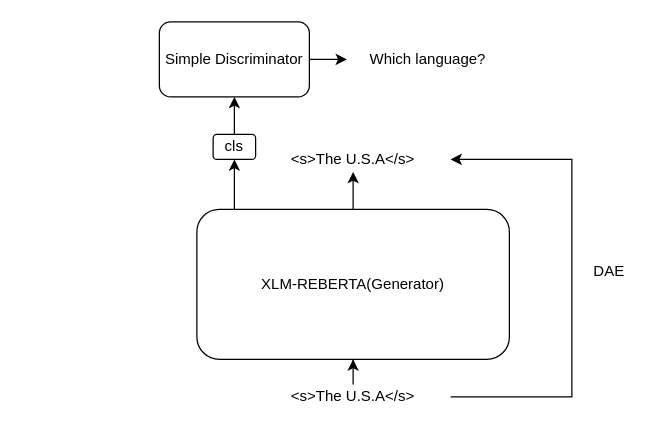
Before: GAN-CLMRC.drawio in fpcsong/diagram, a draw.io diagram. Source tidied: cells renumbered, new cells numbered last; positions are measured from the earlier drawing's top-left corner, leaving out a move shared by most shapes. Both pictures are drawn from the tidied source at 125%, with x=0, y=0 at pixel (159, 21).
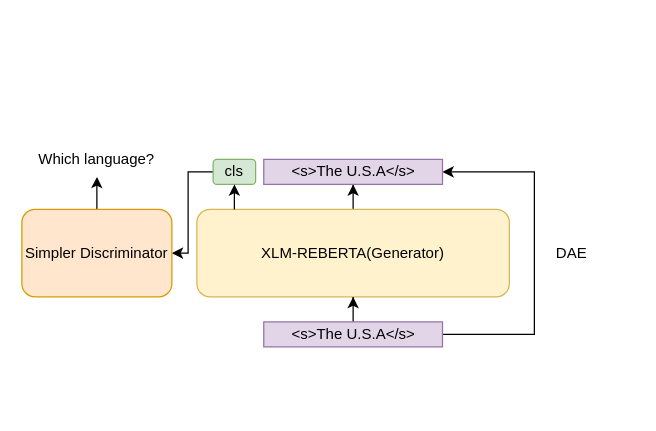
The same page after the edit.

What changed in the source:
```diff
@@
 <mxGraphModel>
   <root>
     <mxCell id="0" />
     <mxCell id="1" parent="0" />
     <mxCell id="2" style="edgeStyle=orthogonalEdgeStyle;rounded=0;jettySize=auto;html=1;" parent="1" edge="1" source="3" target="7">
       <mxGeometry relative="1" as="geometry" />
     </mxCell>
-    <mxCell id="3" value="XLM-REBERTA(Generator)" style="rounded=1;whiteSpace=wrap;html=1;" parent="1" vertex="1">
-      <mxGeometry x="30" y="150" width="250" height="120" as="geometry" />
+    <mxCell id="3" value="XLM-REBERTA(Generator)" style="rounded=1;whiteSpace=wrap;html=1;fillColor=#fff2cc;strokeColor=#d6b656;" parent="1" vertex="1">
+      <mxGeometry x="30" y="150" width="250" height="70" as="geometry" />
     </mxCell>
     <mxCell id="4" style="edgeStyle=orthogonalEdgeStyle;rounded=0;jettySize=auto;html=1;" parent="1" edge="1" source="6" target="3">
       <mxGeometry relative="1" as="geometry" />
     </mxCell>
     <mxCell id="5" style="edgeStyle=orthogonalEdgeStyle;rounded=0;jettySize=auto;html=1;entryX=1;entryY=0.5;entryDx=0;entryDy=0;" parent="1" edge="1" source="6" target="7">
       <mxGeometry relative="1" as="geometry">
         <Array as="points">
-          <mxPoint x="330" y="300" />
-          <mxPoint x="330" y="110" />
+          <mxPoint x="300" y="250" />
+          <mxPoint x="300" y="120" />
         </Array>
       </mxGeometry>
     </mxCell>
-    <mxCell id="6" value="&amp;lt;s&amp;gt;The U.S.A&amp;lt;/s&amp;gt;" style="text;html=1;strokeColor=none;fillColor=none;align=center;verticalAlign=middle;whiteSpace=wrap;rounded=0;" parent="1" vertex="1">
-      <mxGeometry x="77" y="290" width="156" height="20" as="geometry" />
+    <mxCell id="6" value="&amp;lt;s&amp;gt;The U.S.A&amp;lt;/s&amp;gt;" style="text;html=1;strokeColor=#9673a6;fillColor=#e1d5e7;align=center;verticalAlign=middle;whiteSpace=wrap;rounded=0;" parent="1" vertex="1">
+      <mxGeometry x="83.5" y="240" width="143" height="20" as="geometry" />
     </mxCell>
-    <mxCell id="7" value="&amp;lt;s&amp;gt;The U.S.A&amp;lt;/s&amp;gt;" style="text;html=1;strokeColor=none;fillColor=none;align=center;verticalAlign=middle;whiteSpace=wrap;rounded=0;" parent="1" vertex="1">
-      <mxGeometry x="77" y="100" width="156" height="20" as="geometry" />
+    <mxCell id="7" value="&amp;lt;s&amp;gt;The U.S.A&amp;lt;/s&amp;gt;" style="text;html=1;strokeColor=#9673a6;fillColor=#e1d5e7;align=center;verticalAlign=middle;whiteSpace=wrap;rounded=0;" parent="1" vertex="1">
+      <mxGeometry x="83.5" y="110" width="143" height="20" as="geometry" />
     </mxCell>
     <mxCell id="8" value="DAE" style="text;html=1;strokeColor=none;fillColor=none;align=center;verticalAlign=middle;whiteSpace=wrap;rounded=0;" parent="1" vertex="1">
-      <mxGeometry x="340" y="190" width="40" height="20" as="geometry" />
+      <mxGeometry x="310" y="175" width="40" height="20" as="geometry" />
     </mxCell>
-    <mxCell id="9" style="edgeStyle=orthogonalEdgeStyle;rounded=0;jettySize=auto;html=1;" parent="1" edge="1" source="10" target="13">
-      <mxGeometry relative="1" as="geometry" />
+    <mxCell id="9" style="edgeStyle=orthogonalEdgeStyle;rounded=0;jettySize=auto;html=1;entryX=1;entryY=0.5;entryDx=0;entryDy=0;" parent="1" edge="1" source="10" target="13">
+      <mxGeometry relative="1" as="geometry">
+        <Array as="points">
+          <mxPoint x="23" y="120" />
+          <mxPoint x="23" y="185" />
+        </Array>
+      </mxGeometry>
     </mxCell>
-    <mxCell id="10" value="cls" style="rounded=1;whiteSpace=wrap;html=1;" parent="1" vertex="1">
-      <mxGeometry x="43" y="90" width="34" height="20" as="geometry" />
+    <mxCell id="10" value="cls" style="rounded=1;whiteSpace=wrap;html=1;fillColor=#d5e8d4;strokeColor=#82b366;" parent="1" vertex="1">
+      <mxGeometry x="43" y="110" width="34" height="20" as="geometry" />
     </mxCell>
     <mxCell id="11" style="endArrow=classic;html=1;entryX=0.5;entryY=1;entryDx=0;entryDy=0;exitX=0.12;exitY=0;exitDx=0;exitDy=0;exitPerimeter=0;" parent="1" edge="1" source="3" target="10">
       <mxGeometry relative="1" as="geometry" />
     </mxCell>
-    <mxCell id="12" style="edgeStyle=orthogonalEdgeStyle;rounded=0;jettySize=auto;html=1;" parent="1" edge="1" source="13">
-      <mxGeometry relative="1" as="geometry">
-        <mxPoint x="150" y="30" as="targetPoint" />
-      </mxGeometry>
-    </mxCell>
+    <mxCell id="15" style="edgeStyle=orthogonalEdgeStyle;rounded=0;jettySize=auto;html=1;entryX=0.501;entryY=1.2;entryDx=0;entryDy=0;entryPerimeter=0;" parent="1" edge="1" source="13" target="14">
+      <mxGeometry relative="1" as="geometry" />
+    </mxCell>
-    <mxCell id="13" value="Simple Discriminator" style="rounded=1;whiteSpace=wrap;html=1;" parent="1" vertex="1">
-      <mxGeometry width="120" height="60" as="geometry" />
+    <mxCell id="13" value="Simpler Discriminator" style="rounded=1;whiteSpace=wrap;html=1;fillColor=#ffe6cc;strokeColor=#d79b00;" parent="1" vertex="1">
+      <mxGeometry x="-110" y="150" width="120" height="70" as="geometry" />
     </mxCell>
     <mxCell id="14" value="Which language?" style="text;html=1;strokeColor=none;fillColor=none;align=center;verticalAlign=middle;whiteSpace=wrap;rounded=0;" parent="1" vertex="1">
-      <mxGeometry x="160" y="20" width="110" height="20" as="geometry" />
+      <mxGeometry x="-105" y="100" width="110" height="20" as="geometry" />
     </mxCell>
   </root>
 </mxGraphModel>
```
